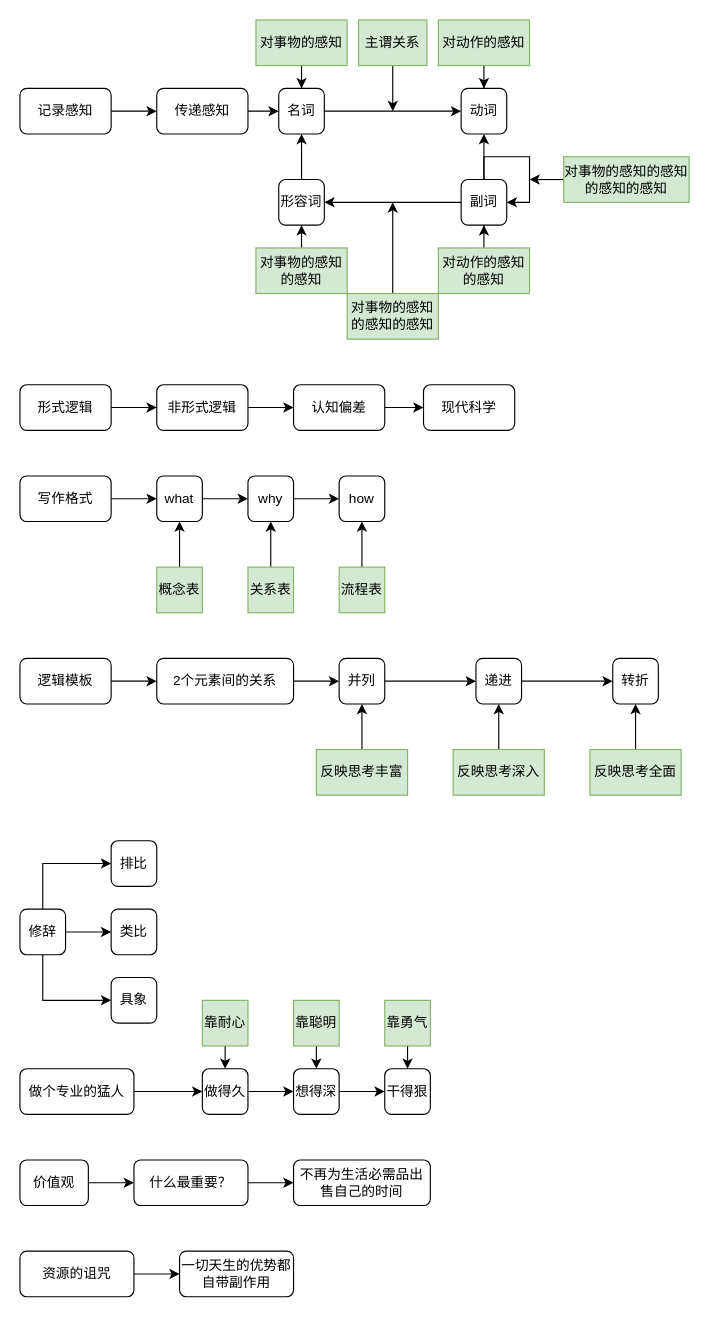
Above: 写作课.drawio in yanhanfrontend/draw.io.workspace (draw.io), before the change. Source tidied: cells renumbered, new cells numbered last; positions are measured from the earlier drawing's top-left corner, leaving out a move shared by most shapes. Both pictures are drawn from the tidied source at 114%, with x=0, y=0 at pixel (19, 19).
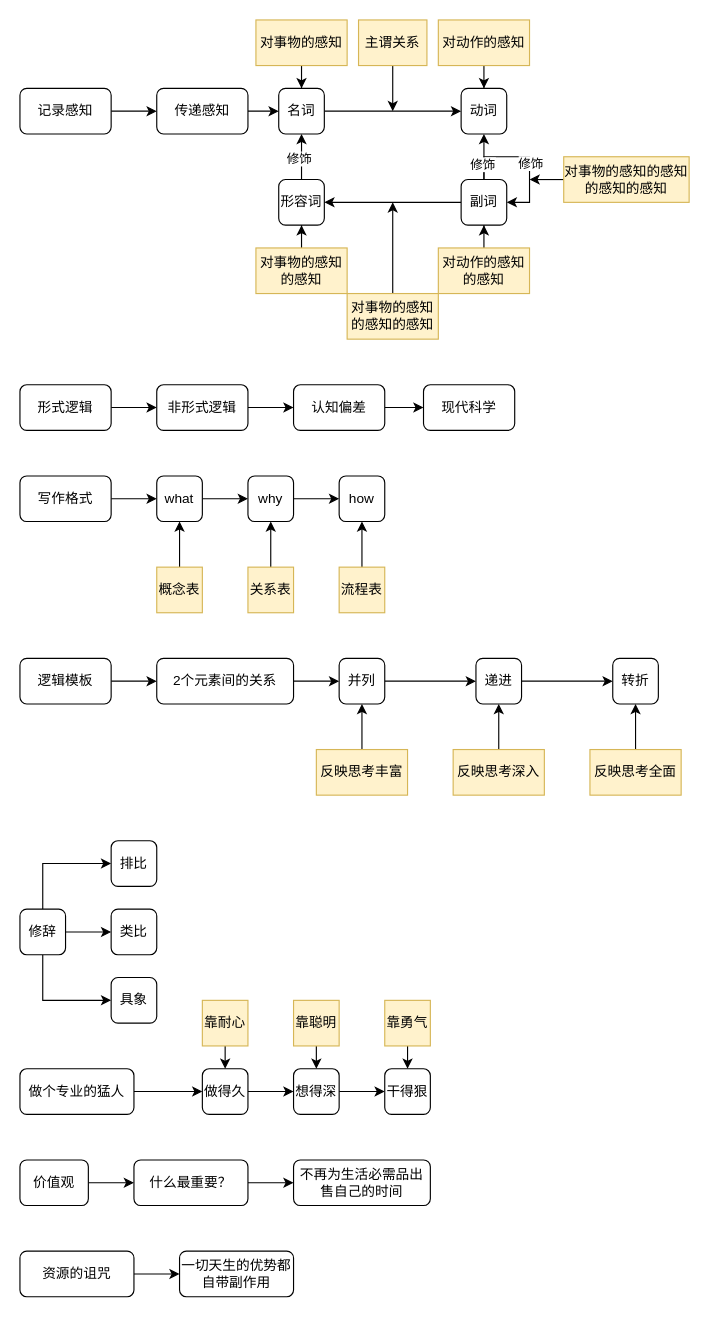
The same page after the edit.

Commit message:
更新写作课.drawio

The change refers to these unchanged cells:
```xml
<mxCell id="30" style="edgeStyle=orthogonalEdgeStyle;rounded=0;jettySize=auto;html=1;" parent="1" edge="1" source="31" target="29">
  <mxGeometry relative="1" as="geometry" />
</mxCell>
<mxCell id="36" style="edgeStyle=orthogonalEdgeStyle;rounded=0;orthogonalLoop=1;jettySize=auto;html=1;exitX=0.5;exitY=0;exitDx=0;exitDy=0;entryX=1;entryY=0.5;entryDx=0;entryDy=0;" parent="1" edge="1" source="35" target="35">
  <mxGeometry relative="1" as="geometry">
    <Array as="points">
      <mxPoint x="407" y="120" />
      <mxPoint x="447" y="120" />
      <mxPoint x="447" y="160" />
    </Array>
  </mxGeometry>
</mxCell>
```

The edit, as a diff of the source:
```diff
@@
-    <mxCell id="8" value="反映思考丰富" style="text;html=1;align=center;verticalAlign=middle;whiteSpace=wrap;rounded=0;fillColor=#d5e8d4;strokeColor=#82b366;" parent="1" vertex="1">
+    <mxCell id="8" value="反映思考丰富" style="text;html=1;align=center;verticalAlign=middle;whiteSpace=wrap;rounded=0;fillColor=#fff2cc;strokeColor=#d6b656;" parent="1" vertex="1">
       <mxGeometry x="260" y="640" width="80" height="40" as="geometry" />
     </mxCell>
@@
-    <mxCell id="10" value="反映思考深入" style="text;html=1;align=center;verticalAlign=middle;whiteSpace=wrap;rounded=0;fillColor=#d5e8d4;strokeColor=#82b366;" parent="1" vertex="1">
+    <mxCell id="10" value="反映思考深入" style="text;html=1;align=center;verticalAlign=middle;whiteSpace=wrap;rounded=0;fillColor=#fff2cc;strokeColor=#d6b656;" parent="1" vertex="1">
       <mxGeometry x="380" y="640" width="80" height="40" as="geometry" />
     </mxCell>
@@
-    <mxCell id="12" value="反映思考全面" style="text;html=1;align=center;verticalAlign=middle;whiteSpace=wrap;rounded=0;fillColor=#d5e8d4;strokeColor=#82b366;" parent="1" vertex="1">
+    <mxCell id="12" value="反映思考全面" style="text;html=1;align=center;verticalAlign=middle;whiteSpace=wrap;rounded=0;fillColor=#fff2cc;strokeColor=#d6b656;" parent="1" vertex="1">
       <mxGeometry x="500" y="640" width="80" height="40" as="geometry" />
     </mxCell>
@@
-    <mxCell id="23" value="概念表" style="text;html=1;align=center;verticalAlign=middle;whiteSpace=wrap;rounded=0;fillColor=#d5e8d4;strokeColor=#82b366;" parent="1" vertex="1">
+    <mxCell id="23" value="概念表" style="text;html=1;align=center;verticalAlign=middle;whiteSpace=wrap;rounded=0;fillColor=#fff2cc;strokeColor=#d6b656;" parent="1" vertex="1">
       <mxGeometry x="120" y="480" width="40" height="40" as="geometry" />
     </mxCell>
@@
-    <mxCell id="25" value="关系表" style="text;html=1;align=center;verticalAlign=middle;whiteSpace=wrap;rounded=0;fillColor=#d5e8d4;strokeColor=#82b366;" parent="1" vertex="1">
+    <mxCell id="25" value="关系表" style="text;html=1;align=center;verticalAlign=middle;whiteSpace=wrap;rounded=0;fillColor=#fff2cc;strokeColor=#d6b656;" parent="1" vertex="1">
       <mxGeometry x="200" y="480" width="40" height="40" as="geometry" />
     </mxCell>
@@
-    <mxCell id="27" value="流程表" style="text;html=1;align=center;verticalAlign=middle;whiteSpace=wrap;rounded=0;fillColor=#d5e8d4;strokeColor=#82b366;" parent="1" vertex="1">
+    <mxCell id="27" value="流程表" style="text;html=1;align=center;verticalAlign=middle;whiteSpace=wrap;rounded=0;fillColor=#fff2cc;strokeColor=#d6b656;" parent="1" vertex="1">
       <mxGeometry x="280" y="480" width="40" height="40" as="geometry" />
     </mxCell>
@@
+    <mxCell id="92" value="修饰" style="edgeLabel;html=1;align=center;verticalAlign=middle;" parent="30" vertex="1">
+      <mxGeometry x="-0.04" y="3" relative="1" as="geometry" />
+    </mxCell>
@@
+    <mxCell id="93" value="修饰" style="edgeLabel;html=1;align=center;verticalAlign=middle;" parent="36" vertex="1">
+      <mxGeometry x="-0.76" y="2" relative="1" as="geometry" />
+    </mxCell>
+    <mxCell id="94" value="修饰" style="edgeLabel;html=1;align=center;verticalAlign=middle;" parent="36" vertex="1">
+      <mxGeometry x="0.08" relative="1" as="geometry" />
+    </mxCell>
@@
-    <mxCell id="38" value="主谓关系" style="text;html=1;align=center;verticalAlign=middle;whiteSpace=wrap;rounded=0;fillColor=#d5e8d4;strokeColor=#82b366;" parent="1" vertex="1">
+    <mxCell id="38" value="主谓关系" style="text;html=1;align=center;verticalAlign=middle;whiteSpace=wrap;rounded=0;fillColor=#fff2cc;strokeColor=#d6b656;" parent="1" vertex="1">
       <mxGeometry x="297" width="60" height="40" as="geometry" />
     </mxCell>
@@
-    <mxCell id="40" value="对事物的感知" style="text;html=1;align=center;verticalAlign=middle;whiteSpace=wrap;rounded=0;fillColor=#d5e8d4;strokeColor=#82b366;" parent="1" vertex="1">
+    <mxCell id="40" value="对事物的感知" style="text;html=1;align=center;verticalAlign=middle;whiteSpace=wrap;rounded=0;fillColor=#fff2cc;strokeColor=#d6b656;" parent="1" vertex="1">
       <mxGeometry x="207" width="80" height="40" as="geometry" />
     </mxCell>
@@
-    <mxCell id="42" value="对动作的感知" style="text;html=1;align=center;verticalAlign=middle;whiteSpace=wrap;rounded=0;fillColor=#d5e8d4;strokeColor=#82b366;" parent="1" vertex="1">
+    <mxCell id="42" value="对动作的感知" style="text;html=1;align=center;verticalAlign=middle;whiteSpace=wrap;rounded=0;fillColor=#fff2cc;strokeColor=#d6b656;" parent="1" vertex="1">
       <mxGeometry x="367" width="80" height="40" as="geometry" />
     </mxCell>
@@
-    <mxCell id="44" value="对事物的感知的感知" style="text;html=1;align=center;verticalAlign=middle;whiteSpace=wrap;rounded=0;fillColor=#d5e8d4;strokeColor=#82b366;" parent="1" vertex="1">
+    <mxCell id="44" value="对事物的感知的感知" style="text;html=1;align=center;verticalAlign=middle;whiteSpace=wrap;rounded=0;fillColor=#fff2cc;strokeColor=#d6b656;" parent="1" vertex="1">
       <mxGeometry x="207" y="200" width="80" height="40" as="geometry" />
     </mxCell>
@@
-    <mxCell id="46" value="对动作的感知的感知" style="text;html=1;align=center;verticalAlign=middle;whiteSpace=wrap;rounded=0;fillColor=#d5e8d4;strokeColor=#82b366;" parent="1" vertex="1">
+    <mxCell id="46" value="对动作的感知的感知" style="text;html=1;align=center;verticalAlign=middle;whiteSpace=wrap;rounded=0;fillColor=#fff2cc;strokeColor=#d6b656;" parent="1" vertex="1">
       <mxGeometry x="367" y="200" width="80" height="40" as="geometry" />
     </mxCell>
@@
-    <mxCell id="58" value="对事物的感知的感知的感知" style="text;html=1;align=center;verticalAlign=middle;whiteSpace=wrap;rounded=0;fillColor=#d5e8d4;strokeColor=#82b366;" parent="1" vertex="1">
+    <mxCell id="58" value="对事物的感知的感知的感知" style="text;html=1;align=center;verticalAlign=middle;whiteSpace=wrap;rounded=0;fillColor=#fff2cc;strokeColor=#d6b656;" parent="1" vertex="1">
       <mxGeometry x="287" y="240" width="80" height="40" as="geometry" />
     </mxCell>
@@
-    <mxCell id="60" value="对事物的感知的感知的感知的感知" style="text;html=1;align=center;verticalAlign=middle;whiteSpace=wrap;rounded=0;fillColor=#d5e8d4;strokeColor=#82b366;" parent="1" vertex="1">
+    <mxCell id="60" value="对事物的感知的感知的感知的感知" style="text;html=1;align=center;verticalAlign=middle;whiteSpace=wrap;rounded=0;fillColor=#fff2cc;strokeColor=#d6b656;" parent="1" vertex="1">
       <mxGeometry x="477" y="120" width="110" height="40" as="geometry" />
     </mxCell>
@@
-    <mxCell id="87" value="靠耐心" style="text;html=1;align=center;verticalAlign=middle;whiteSpace=wrap;rounded=0;fillColor=#d5e8d4;strokeColor=#82b366;" parent="1" vertex="1">
+    <mxCell id="87" value="靠耐心" style="text;html=1;align=center;verticalAlign=middle;whiteSpace=wrap;rounded=0;fillColor=#fff2cc;strokeColor=#d6b656;" parent="1" vertex="1">
       <mxGeometry x="160" y="860" width="40" height="40" as="geometry" />
     </mxCell>
@@
-    <mxCell id="89" value="靠聪明" style="text;html=1;align=center;verticalAlign=middle;whiteSpace=wrap;rounded=0;fillColor=#d5e8d4;strokeColor=#82b366;" parent="1" vertex="1">
+    <mxCell id="89" value="靠聪明" style="text;html=1;align=center;verticalAlign=middle;whiteSpace=wrap;rounded=0;fillColor=#fff2cc;strokeColor=#d6b656;" parent="1" vertex="1">
       <mxGeometry x="240" y="860" width="40" height="40" as="geometry" />
     </mxCell>
@@
-    <mxCell id="91" value="靠勇气" style="text;html=1;align=center;verticalAlign=middle;whiteSpace=wrap;rounded=0;fillColor=#d5e8d4;strokeColor=#82b366;" parent="1" vertex="1">
+    <mxCell id="91" value="靠勇气" style="text;html=1;align=center;verticalAlign=middle;whiteSpace=wrap;rounded=0;fillColor=#fff2cc;strokeColor=#d6b656;" parent="1" vertex="1">
       <mxGeometry x="320" y="860" width="40" height="40" as="geometry" />
     </mxCell>
```
